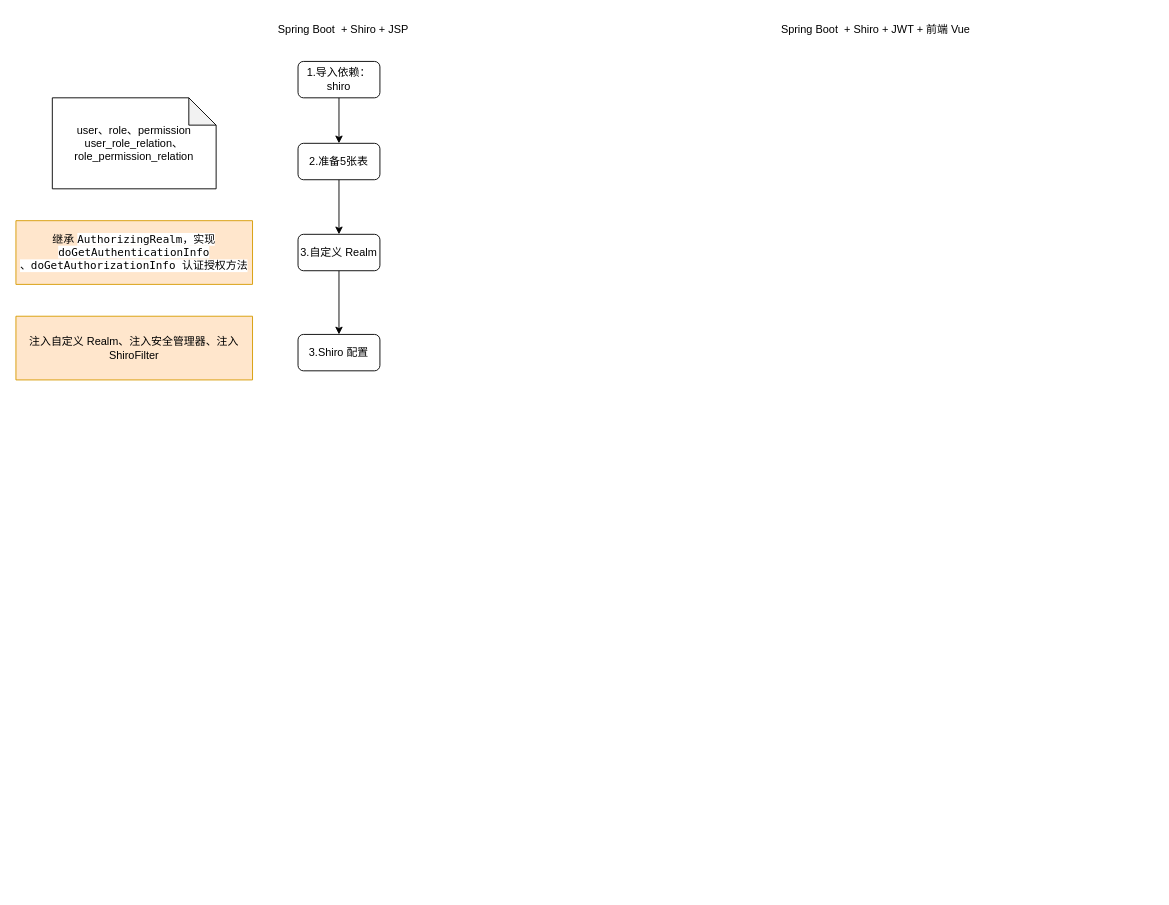
This is t1.drawio from mayating/drawio-files, a draw.io file, before an edit. Source tidied: cells renumbered, new cells numbered last; positions are measured from the earlier drawing's top-left corner, leaving out a move shared by most shapes. Both pictures are drawn from the tidied source at 91%, with x=0, y=0 at pixel (15, 25).
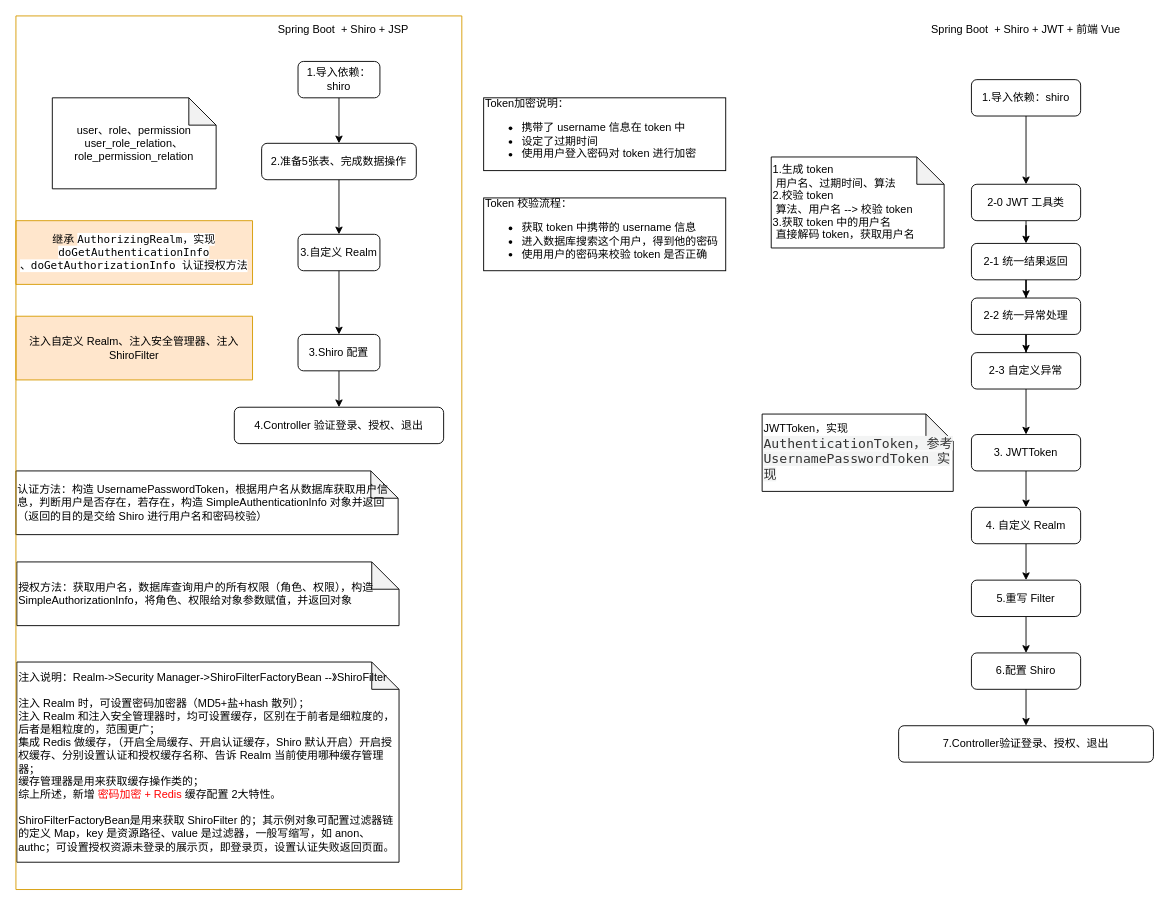
The same diagram, later.

Unchanged cells that the change refers to:
```xml
<mxCell id="12" value="3.Shiro 配置" style="rounded=1;whiteSpace=wrap;html=1;" parent="1" vertex="1">
  <mxGeometry x="310" y="340" width="90" height="40" as="geometry" />
</mxCell>
```

What changed in the source:
```diff
@@
     <mxCell id="3" value="Spring Boot&amp;nbsp; + Shiro + JWT + 前端 Vue" style="text;html=1;strokeColor=none;fillColor=none;align=center;verticalAlign=middle;whiteSpace=wrap;rounded=0;" parent="1" vertex="1">
-      <mxGeometry x="830" width="230" height="10" as="geometry" />
+      <mxGeometry x="995" width="230" height="10" as="geometry" />
     </mxCell>
@@
-    <mxCell id="7" value="2.准备5张表" style="rounded=1;whiteSpace=wrap;html=1;" parent="1" vertex="1">
-      <mxGeometry x="310" y="130" width="90" height="40" as="geometry" />
+    <mxCell id="7" value="2.准备5张表、完成数据操作" style="rounded=1;whiteSpace=wrap;html=1;" parent="1" vertex="1">
+      <mxGeometry x="270" y="130" width="170" height="40" as="geometry" />
     </mxCell>
@@
+    <mxCell id="14" style="edgeStyle=orthogonalEdgeStyle;rounded=0;jettySize=auto;html=1;" parent="1" edge="1" source="12" target="15">
+      <mxGeometry relative="1" as="geometry" />
+    </mxCell>
@@
+    <mxCell id="15" value="4.Controller 验证登录、授权、退出" style="rounded=1;whiteSpace=wrap;html=1;" parent="1" vertex="1">
+      <mxGeometry x="240" y="420" width="230" height="40" as="geometry" />
+    </mxCell>
+    <mxCell id="16" value="认证方法：构造 UsernamePasswordToken，根据用户名从数据库获取用户信息，判断用户是否存在，若存在，构造 SimpleAuthenticationInfo 对象并返回（返回的目的是交给 Shiro 进行用户名和密码校验）&lt;div style=&quot;text-align: justify&quot;&gt;&lt;/div&gt;" style="shape=note;whiteSpace=wrap;html=1;backgroundOutline=1;darkOpacity=0.05;align=left;" parent="1" vertex="1">
+      <mxGeometry y="490" width="420" height="70" as="geometry" />
+    </mxCell>
+    <mxCell id="17" value="授权方法：获取用户名，数据库查询用户的所有权限（角色、权限），构造 SimpleAuthorizationInfo，将角色、权限给对象参数赋值，并返回对象&lt;div style=&quot;text-align: justify&quot;&gt;&lt;/div&gt;" style="shape=note;whiteSpace=wrap;html=1;backgroundOutline=1;darkOpacity=0.05;align=left;" parent="1" vertex="1">
+      <mxGeometry x="1" y="590" width="420" height="70" as="geometry" />
+    </mxCell>
+    <mxCell id="18" value="注入说明：Realm-&amp;gt;Security Manager-&amp;gt;ShiroFilterFactoryBean --》ShiroFilter&lt;br&gt;&lt;br&gt;注入 Realm 时，可设置密码加密器（MD5+盐+hash 散列）；&lt;br&gt;注入 Realm 和注入安全管理器时，均可设置缓存，区别在于前者是细粒度的，后者是粗粒度的，范围更广；&lt;br&gt;集成 Redis 做缓存，（开启全局缓存、开启认证缓存，Shiro 默认开启）开启授权缓存、分别设置认证和授权缓存名称、告诉 Realm 当前使用哪种缓存管理器；&lt;br&gt;缓存管理器是用来获取缓存操作类的；&lt;br&gt;综上所述，新增 &lt;font color=&quot;#ff0000&quot;&gt;密码加密 + Redis&lt;/font&gt; 缓存配置 2大特性。&lt;br&gt;&lt;br&gt;ShiroFilterFactoryBean是用来获取 ShiroFilter 的；其示例对象可配置过滤器链的定义 Map，key 是资源路径、value 是过滤器，一般写缩写，如 anon、authc；可设置授权资源未登录的展示页，即登录页，设置认证失败返回页面。&lt;br&gt;&lt;div style=&quot;text-align: justify&quot;&gt;&lt;/div&gt;" style="shape=note;whiteSpace=wrap;html=1;backgroundOutline=1;darkOpacity=0.05;align=left;" parent="1" vertex="1">
+      <mxGeometry x="1" y="700" width="420" height="220" as="geometry" />
+    </mxCell>
+    <mxCell id="19" style="swimlane;startSize=0;fillColor=#ffe6cc;strokeColor=#d79b00;" parent="1" vertex="1">
+      <mxGeometry y="-10" width="490" height="960" as="geometry" />
+    </mxCell>
+    <mxCell id="20" value="Token加密说明：&lt;br&gt;&lt;ul&gt;&lt;li&gt;携带了 username 信息在 token 中&lt;/li&gt;&lt;li&gt;设定了过期时间&lt;/li&gt;&lt;li&gt;使用用户登入密码对 token 进行加密&lt;/li&gt;&lt;/ul&gt;" style="rounded=0;whiteSpace=wrap;html=1;align=left;" parent="1" vertex="1">
+      <mxGeometry x="514" y="80" width="266" height="80" as="geometry" />
+    </mxCell>
+    <mxCell id="21" value="Token 校验流程：&lt;br&gt;&lt;ul&gt;&lt;li&gt;获取 token 中携带的 username 信息&lt;/li&gt;&lt;li&gt;进入数据库搜索这个用户，得到他的密码&lt;/li&gt;&lt;li&gt;使用用户的密码来校验 token 是否正确&lt;/li&gt;&lt;/ul&gt;" style="rounded=0;whiteSpace=wrap;html=1;align=left;" parent="1" vertex="1">
+      <mxGeometry x="514" y="190" width="266" height="80" as="geometry" />
+    </mxCell>
+    <mxCell id="22" style="edgeStyle=orthogonalEdgeStyle;rounded=0;jettySize=auto;html=1;" parent="1" edge="1" source="23" target="28">
+      <mxGeometry relative="1" as="geometry" />
+    </mxCell>
+    <mxCell id="23" value="2-0 JWT 工具类" style="rounded=1;whiteSpace=wrap;html=1;" parent="1" vertex="1">
+      <mxGeometry x="1050" y="175" width="120" height="40" as="geometry" />
+    </mxCell>
+    <mxCell id="24" value="1.生成 token&lt;br&gt;&lt;span style=&quot;white-space: pre&quot;&gt; &lt;/span&gt;用户名、过期时间、算法&lt;br&gt;2.校验 token&lt;br&gt;&lt;span style=&quot;white-space: pre&quot;&gt; &lt;/span&gt;算法、用户名 --&amp;gt; 校验 token&lt;br&gt;3.获取 token 中的用户名&lt;br&gt;&lt;span style=&quot;white-space: pre&quot;&gt; &lt;/span&gt;直接解码 token，获取用户名" style="shape=note;whiteSpace=wrap;html=1;backgroundOutline=1;darkOpacity=0.05;align=left;" parent="1" vertex="1">
+      <mxGeometry x="830" y="145" width="190" height="100" as="geometry" />
+    </mxCell>
+    <mxCell id="25" style="edgeStyle=orthogonalEdgeStyle;rounded=0;jettySize=auto;html=1;entryX=0.5;entryY=0;entryDx=0;entryDy=0;" parent="1" edge="1" source="26" target="23">
+      <mxGeometry relative="1" as="geometry" />
+    </mxCell>
+    <mxCell id="26" value="1.导入依赖：shiro" style="rounded=1;whiteSpace=wrap;html=1;" parent="1" vertex="1">
+      <mxGeometry x="1050" y="60" width="120" height="40" as="geometry" />
+    </mxCell>
+    <mxCell id="27" style="edgeStyle=orthogonalEdgeStyle;rounded=0;jettySize=auto;html=1;" parent="1" edge="1" source="28" target="30">
+      <mxGeometry relative="1" as="geometry" />
+    </mxCell>
+    <mxCell id="28" value="2-1 统一结果返回" style="rounded=1;whiteSpace=wrap;html=1;" parent="1" vertex="1">
+      <mxGeometry x="1050" y="240" width="120" height="40" as="geometry" />
+    </mxCell>
+    <mxCell id="29" style="edgeStyle=orthogonalEdgeStyle;rounded=0;jettySize=auto;html=1;" parent="1" edge="1" source="30" target="32">
+      <mxGeometry relative="1" as="geometry" />
+    </mxCell>
+    <mxCell id="30" value="2-2 统一异常处理" style="rounded=1;whiteSpace=wrap;html=1;" parent="1" vertex="1">
+      <mxGeometry x="1050" y="300" width="120" height="40" as="geometry" />
+    </mxCell>
+    <mxCell id="31" style="edgeStyle=orthogonalEdgeStyle;rounded=0;jettySize=auto;html=1;exitX=0.5;exitY=1;exitDx=0;exitDy=0;" parent="1" edge="1" source="32" target="34">
+      <mxGeometry relative="1" as="geometry" />
+    </mxCell>
+    <mxCell id="32" value="2-3 自定义异常" style="rounded=1;whiteSpace=wrap;html=1;" parent="1" vertex="1">
+      <mxGeometry x="1050" y="360" width="120" height="40" as="geometry" />
+    </mxCell>
+    <mxCell id="33" style="edgeStyle=orthogonalEdgeStyle;rounded=0;jettySize=auto;html=1;" parent="1" edge="1" source="34" target="36">
+      <mxGeometry relative="1" as="geometry" />
+    </mxCell>
+    <mxCell id="34" value="3. JWTToken" style="rounded=1;whiteSpace=wrap;html=1;" parent="1" vertex="1">
+      <mxGeometry x="1050" y="450" width="120" height="40" as="geometry" />
+    </mxCell>
+    <mxCell id="35" style="edgeStyle=orthogonalEdgeStyle;rounded=0;jettySize=auto;html=1;" parent="1" edge="1" source="36" target="38">
+      <mxGeometry relative="1" as="geometry" />
+    </mxCell>
+    <mxCell id="36" value="4. 自定义 Realm" style="rounded=1;whiteSpace=wrap;html=1;" parent="1" vertex="1">
+      <mxGeometry x="1050" y="530" width="120" height="40" as="geometry" />
+    </mxCell>
+    <mxCell id="37" style="edgeStyle=orthogonalEdgeStyle;rounded=0;jettySize=auto;html=1;" parent="1" edge="1" source="38" target="40">
+      <mxGeometry relative="1" as="geometry" />
+    </mxCell>
+    <mxCell id="38" value="5.重写 Filter" style="rounded=1;whiteSpace=wrap;html=1;" parent="1" vertex="1">
+      <mxGeometry x="1050" y="610" width="120" height="40" as="geometry" />
+    </mxCell>
+    <mxCell id="39" style="edgeStyle=orthogonalEdgeStyle;rounded=0;jettySize=auto;html=1;" parent="1" edge="1" source="40" target="41">
+      <mxGeometry relative="1" as="geometry" />
+    </mxCell>
+    <mxCell id="40" value="6.配置 Shiro" style="rounded=1;whiteSpace=wrap;html=1;" parent="1" vertex="1">
+      <mxGeometry x="1050" y="690" width="120" height="40" as="geometry" />
+    </mxCell>
+    <mxCell id="41" value="7.Controller验证登录、授权、退出" style="rounded=1;whiteSpace=wrap;html=1;" parent="1" vertex="1">
+      <mxGeometry x="970" y="770" width="280" height="40" as="geometry" />
+    </mxCell>
+    <mxCell id="42" value="JWTToken，实现&lt;span style=&quot;color: rgb(51 , 51 , 51) ; font-family: &amp;#34;lucida console&amp;#34; , &amp;#34;consolas&amp;#34; , &amp;#34;courier&amp;#34; , monospace ; font-size: 14.4px ; background-color: rgb(243 , 244 , 244)&quot;&gt;AuthenticationToken，参考 UsernamePasswordToken 实现&lt;/span&gt;" style="shape=note;whiteSpace=wrap;html=1;backgroundOutline=1;darkOpacity=0.05;align=left;" parent="1" vertex="1">
+      <mxGeometry x="820" y="427.5" width="210" height="85" as="geometry" />
+    </mxCell>
```
